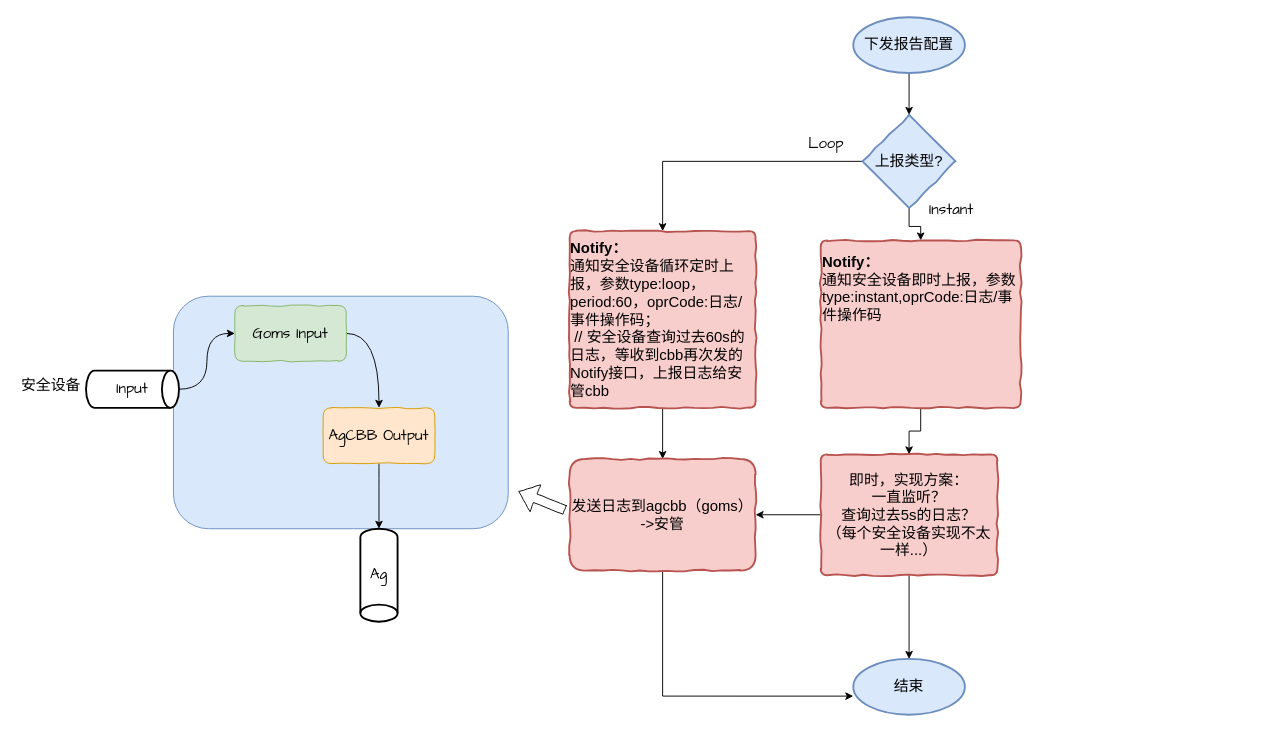
This is 日志流程.drawio from echotj/im, a draw.io file, before an edit. Source tidied: cells renumbered, new cells numbered last; positions are measured from the earlier drawing's top-left corner, leaving out a move shared by most shapes. Both pictures are drawn from the tidied source at 93%, with x=0, y=0 at pixel (16, 17).
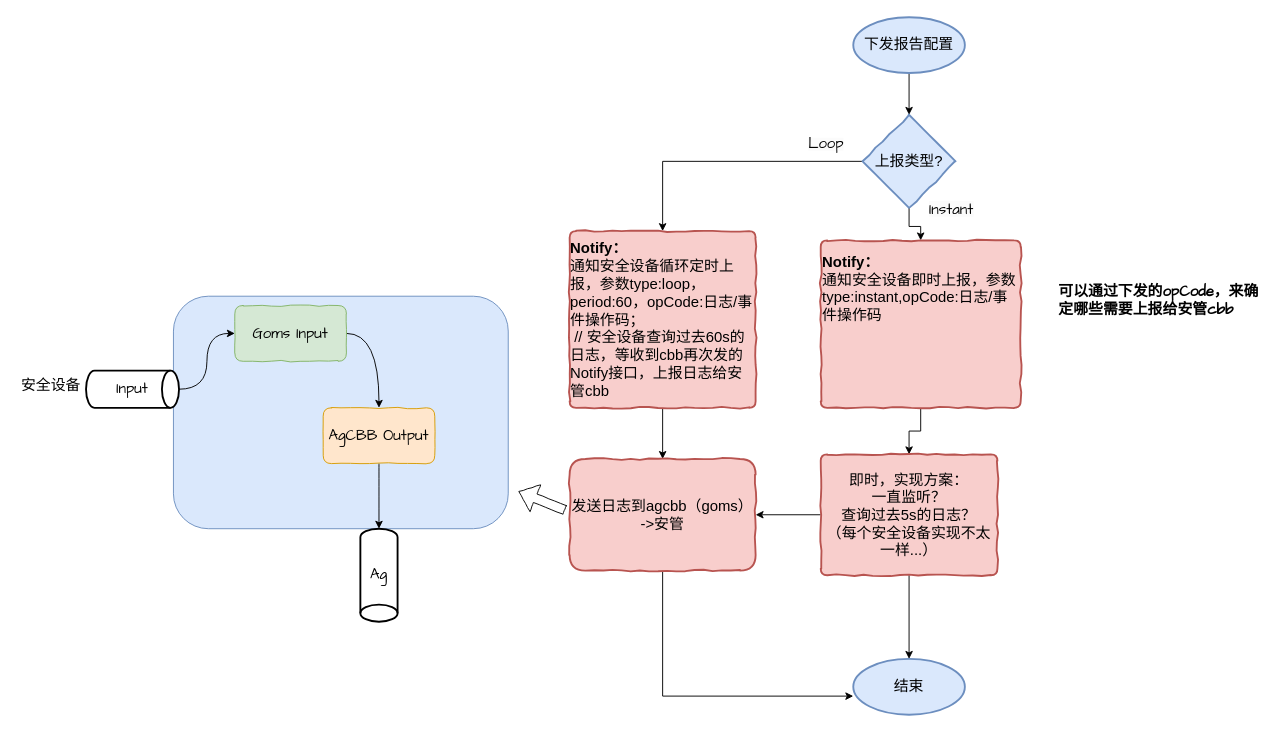
The same page after the edit.

Commit message:
更新日志流程.drawio

Diff of the diagram source:
```diff
@@
-    <mxCell id="9" value="&lt;div style=&quot;&quot;&gt;&lt;span style=&quot;font-size: 16px; background-color: initial;&quot;&gt;&lt;b&gt;Notify：&lt;/b&gt;&lt;/span&gt;&lt;/div&gt;&lt;span style=&quot;font-size: 16px;&quot;&gt;&lt;div style=&quot;&quot;&gt;&lt;span style=&quot;background-color: initial;&quot;&gt;通知安全设备即时上报，参数type:instant,oprCode:日志/事件操作码&lt;/span&gt;&lt;/div&gt;&lt;div style=&quot;&quot;&gt;&lt;span style=&quot;background-color: initial;&quot;&gt;&lt;br&gt;&lt;/span&gt;&lt;/div&gt;&lt;div style=&quot;&quot;&gt;&lt;span style=&quot;background-color: initial;&quot;&gt;&lt;br&gt;&lt;/span&gt;&lt;/div&gt;&lt;div style=&quot;&quot;&gt;&lt;span style=&quot;background-color: initial;&quot;&gt;&lt;br&gt;&lt;/span&gt;&lt;/div&gt;&lt;div style=&quot;&quot;&gt;&lt;span style=&quot;background-color: initial;&quot;&gt;&lt;br&gt;&lt;/span&gt;&lt;/div&gt;&lt;/span&gt;" style="rounded=1;whiteSpace=wrap;html=1;absoluteArcSize=1;arcSize=14;strokeWidth=2;fillColor=#f8cecc;strokeColor=#b85450;comic=1;align=left;" parent="1" vertex="1">
+    <mxCell id="9" value="&lt;div style=&quot;&quot;&gt;&lt;span style=&quot;font-size: 16px; background-color: initial;&quot;&gt;&lt;b&gt;Notify：&lt;/b&gt;&lt;/span&gt;&lt;/div&gt;&lt;span style=&quot;font-size: 16px;&quot;&gt;&lt;div style=&quot;&quot;&gt;&lt;span style=&quot;background-color: initial;&quot;&gt;通知安全设备即时上报，参数type:instant,opCode:日志/事件操作码&lt;/span&gt;&lt;/div&gt;&lt;div style=&quot;&quot;&gt;&lt;span style=&quot;background-color: initial;&quot;&gt;&lt;br&gt;&lt;/span&gt;&lt;/div&gt;&lt;div style=&quot;&quot;&gt;&lt;span style=&quot;background-color: initial;&quot;&gt;&lt;br&gt;&lt;/span&gt;&lt;/div&gt;&lt;div style=&quot;&quot;&gt;&lt;span style=&quot;background-color: initial;&quot;&gt;&lt;br&gt;&lt;/span&gt;&lt;/div&gt;&lt;div style=&quot;&quot;&gt;&lt;span style=&quot;background-color: initial;&quot;&gt;&lt;br&gt;&lt;/span&gt;&lt;/div&gt;&lt;/span&gt;" style="rounded=1;whiteSpace=wrap;html=1;absoluteArcSize=1;arcSize=14;strokeWidth=2;fillColor=#f8cecc;strokeColor=#b85450;comic=1;align=left;" parent="1" vertex="1">
       <mxGeometry x="865" y="240" width="215" height="180" as="geometry" />
     </mxCell>
@@
-    <mxCell id="13" value="&lt;div style=&quot;text-align: left;&quot;&gt;&lt;b style=&quot;font-size: 16px; background-color: initial;&quot;&gt;Notify：&lt;/b&gt;&lt;/div&gt;&lt;span style=&quot;font-size: 16px;&quot;&gt;&lt;div style=&quot;text-align: left;&quot;&gt;&lt;span style=&quot;background-color: initial;&quot;&gt;通知安全设备循环定时上报，参数type:loop，period:60，oprCode:日志/事件操作码；&lt;br&gt;&amp;nbsp;// 安全设备查询过去60s的日志，等收到cbb再次发的Notify接口，上报日志给安管cbb&lt;/span&gt;&lt;/div&gt;&lt;/span&gt;" style="rounded=1;whiteSpace=wrap;html=1;absoluteArcSize=1;arcSize=14;strokeWidth=2;fillColor=#f8cecc;strokeColor=#b85450;comic=1;" parent="1" vertex="1">
+    <mxCell id="13" value="&lt;div style=&quot;text-align: left;&quot;&gt;&lt;b style=&quot;font-size: 16px; background-color: initial;&quot;&gt;Notify：&lt;/b&gt;&lt;/div&gt;&lt;span style=&quot;font-size: 16px;&quot;&gt;&lt;div style=&quot;text-align: left;&quot;&gt;&lt;span style=&quot;background-color: initial;&quot;&gt;通知安全设备循环定时上报，参数type:loop，period:60，opCode:日志/事件操作码；&lt;br&gt;&amp;nbsp;// 安全设备查询过去60s的日志，等收到cbb再次发的Notify接口，上报日志给安管cbb&lt;/span&gt;&lt;/div&gt;&lt;/span&gt;" style="rounded=1;whiteSpace=wrap;html=1;absoluteArcSize=1;arcSize=14;strokeWidth=2;fillColor=#f8cecc;strokeColor=#b85450;comic=1;" parent="1" vertex="1">
       <mxGeometry x="595" y="230" width="200" height="190" as="geometry" />
     </mxCell>
@@
+    <mxCell id="29" value="可以通过下发的opCode，来确定哪些需要上报给安管cbb" style="text;strokeColor=none;align=left;fillColor=none;html=1;verticalAlign=middle;whiteSpace=wrap;rounded=0;fontSize=16;fontFamily=Comic Sans MS;fontStyle=1;" parent="1" vertex="1">
+      <mxGeometry x="1119" y="250" width="220" height="110" as="geometry" />
+    </mxCell>
```
